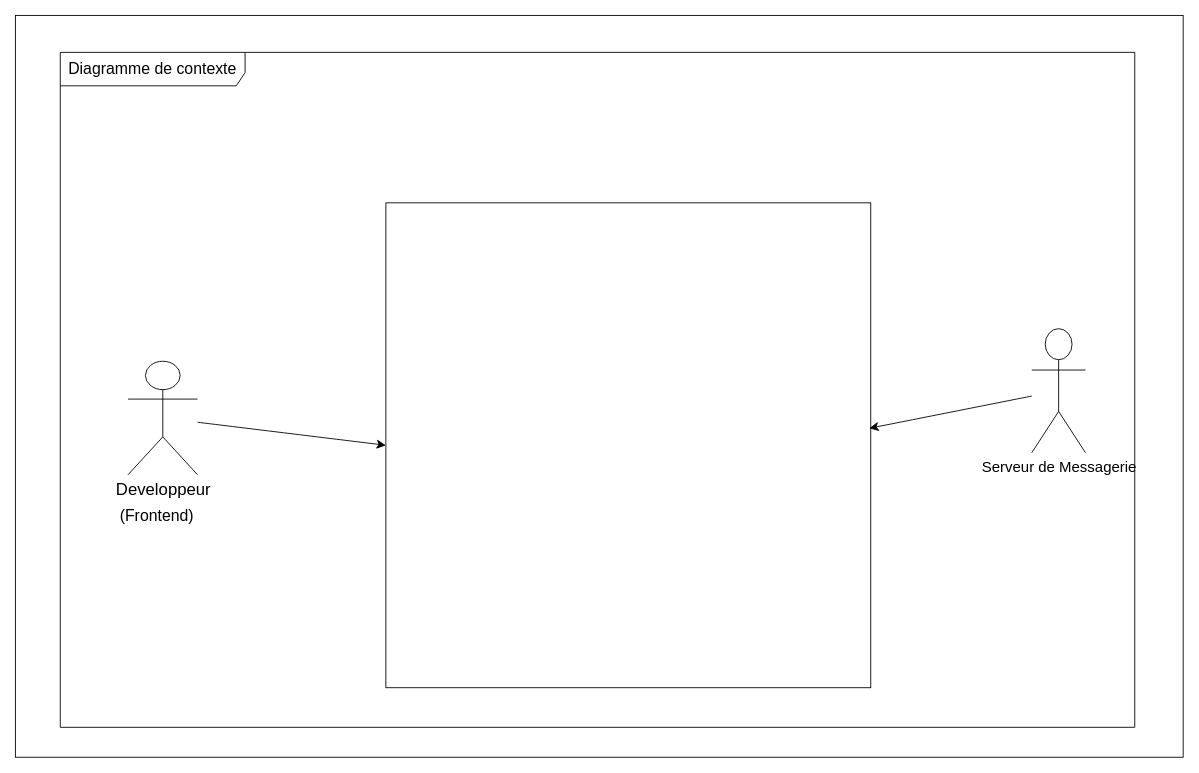
Above: context.drawio in CabrelFeukeng/pp (draw.io), before the change. Source tidied: cells renumbered, new cells numbered last; positions are measured from the earlier drawing's top-left corner, leaving out a move shared by most shapes. Both pictures are drawn from the tidied source at 88%, with x=0, y=0 at pixel (15, 15).
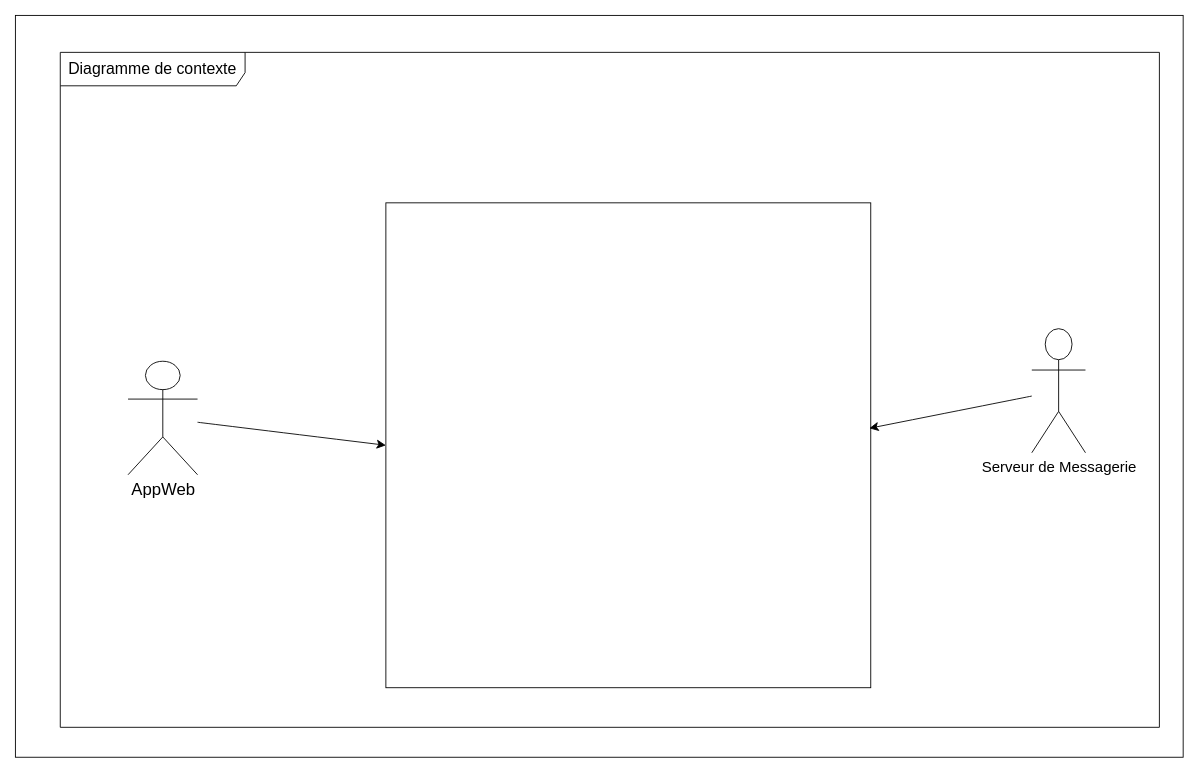
After the change.

Commit message:
Mettre à jour context.drawio

What changed in the source:
```diff
@@
 <mxGraphModel>
   <root>
     <mxCell id="0" />
     <mxCell id="1" parent="0" />
     <mxCell id="2" style="rounded=0;whiteSpace=wrap;html=1;" parent="1" vertex="1">
       <mxGeometry width="1327" height="843" as="geometry" />
     </mxCell>
     <mxCell id="3" value="&lt;font style=&quot;font-size: 18px;&quot;&gt;Diagramme de contexte&lt;/font&gt;" style="shape=umlFrame;whiteSpace=wrap;html=1;width=210;height=38;" parent="1" vertex="1">
-      <mxGeometry x="51" y="42" width="1221" height="767" as="geometry" />
+      <mxGeometry x="51" y="42" width="1249" height="767" as="geometry" />
     </mxCell>
-    <mxCell id="4" value="&lt;font style=&quot;font-size: 19px;&quot;&gt;Developpeur&lt;/font&gt;" style="shape=umlActor;verticalLabelPosition=bottom;verticalAlign=top;html=1;outlineConnect=0;" parent="3" vertex="1">
+    <mxCell id="4" value="&lt;font style=&quot;font-size: 19px;&quot;&gt;AppWeb&lt;/font&gt;" style="shape=umlActor;verticalLabelPosition=bottom;verticalAlign=top;html=1;outlineConnect=0;" parent="3" vertex="1">
       <mxGeometry x="77" y="351" width="79" height="129" as="geometry" />
     </mxCell>
-    <mxCell id="5" value="&lt;font style=&quot;font-size: 18px;&quot;&gt;(&lt;font style=&quot;font-size: 18px;&quot;&gt;Frontend&lt;/font&gt;)&lt;/font&gt;" style="text;html=1;align=center;verticalAlign=middle;whiteSpace=wrap;rounded=0;" parent="3" vertex="1">
-      <mxGeometry x="80" y="512" width="60" height="30" as="geometry" />
-    </mxCell>
     <mxCell id="6" value="&lt;font style=&quot;font-size: 17px;&quot;&gt;Serveur de Messagerie&lt;/font&gt;" style="shape=umlActor;verticalLabelPosition=bottom;verticalAlign=top;html=1;" parent="3" vertex="1">
       <mxGeometry x="1104" y="314" width="61" height="141" as="geometry" />
     </mxCell>
     <mxCell id="7" style="whiteSpace=wrap;html=1;" parent="3" vertex="1">
       <mxGeometry x="370" y="171" width="551" height="551" as="geometry" />
     </mxCell>
     <mxCell id="8" style="edgeStyle=none;curved=1;rounded=0;jettySize=auto;html=1;entryX=0;entryY=0.5;entryDx=0;entryDy=0;fontSize=12;startSize=8;endSize=8;" parent="3" edge="1" source="4" target="7">
       <mxGeometry relative="1" as="geometry" />
     </mxCell>
     <mxCell id="9" style="edgeStyle=none;curved=1;rounded=0;jettySize=auto;html=1;entryX=0.997;entryY=0.465;entryDx=0;entryDy=0;entryPerimeter=0;fontSize=12;startSize=8;endSize=8;" parent="3" edge="1" source="6" target="7">
       <mxGeometry relative="1" as="geometry" />
     </mxCell>
   </root>
 </mxGraphModel>
```
